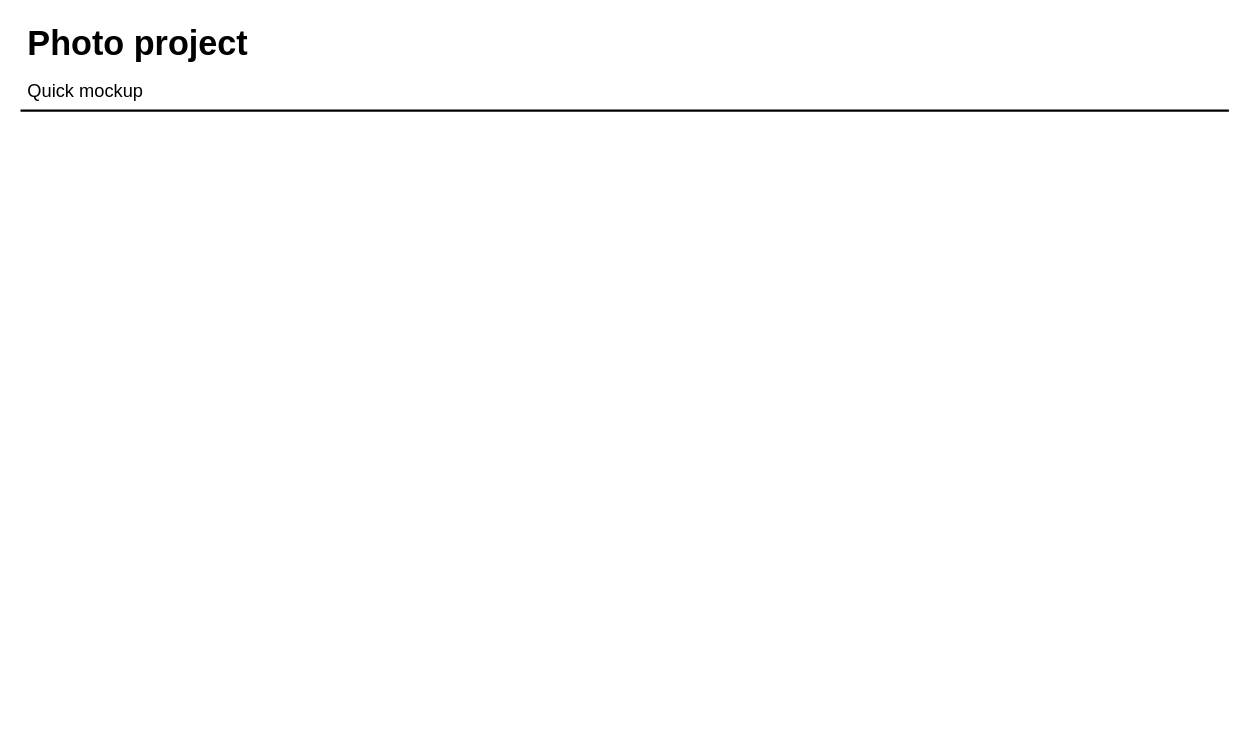
hezten/flowupload keeps this draw.io diagram as Untitled Diagram.drawio. Above is the earlier version. Source tidied: cells renumbered, new cells numbered last; positions are measured from the earlier drawing's top-left corner, leaving out a move shared by most shapes. Both pictures are drawn from the tidied source at 114%, with x=0, y=0 at pixel (19, 18).
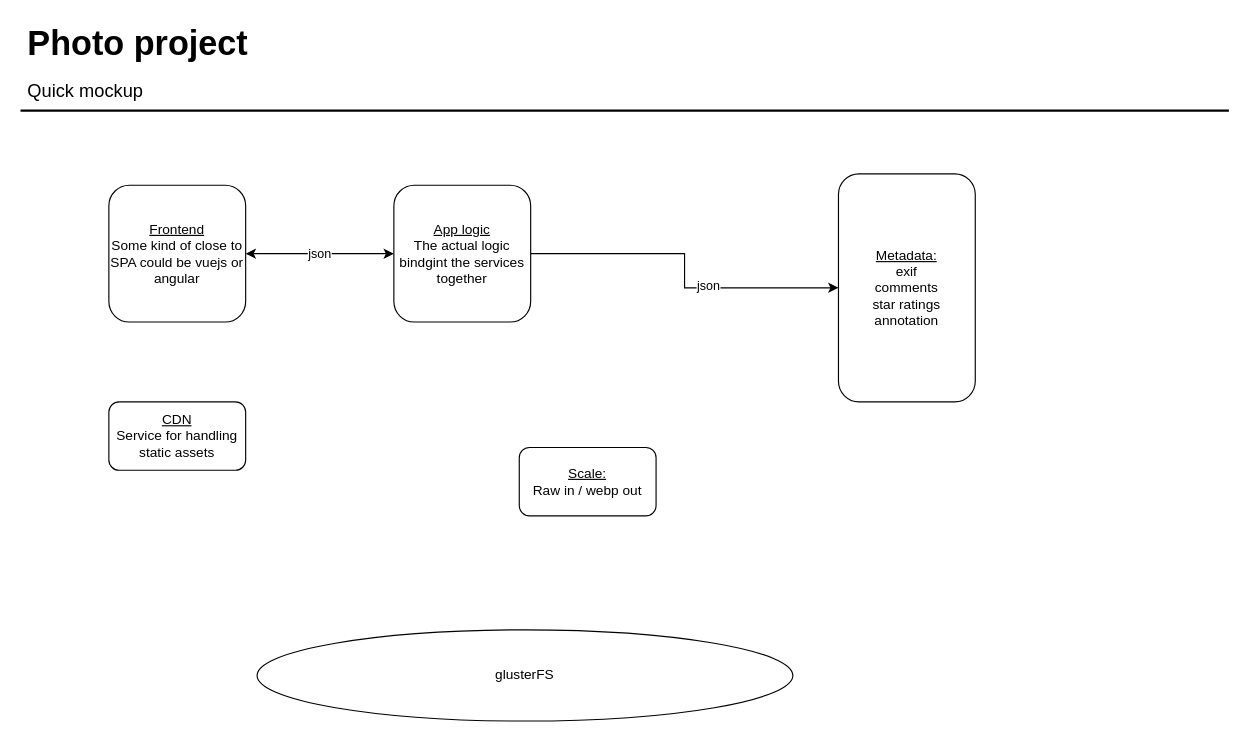
The same page after the edit.

What changed in the source:
```diff
@@
 <mxGraphModel>
   <root>
     <mxCell id="0" />
     <mxCell id="1" parent="0" />
     <mxCell id="2" value="Photo project" style="text;html=1;align=left;verticalAlign=top;spacingTop=-4;fontSize=30;fontStyle=1;" parent="1" vertex="1">
       <mxGeometry x="4.5" y="0.5" width="210" height="40" as="geometry" />
     </mxCell>
     <mxCell id="3" value="Quick mockup" style="text;html=1;align=left;verticalAlign=top;spacingTop=-4;fontSize=16;" parent="1" vertex="1">
       <mxGeometry x="4.5" y="50.5" width="120" height="20" as="geometry" />
     </mxCell>
     <mxCell id="4" style="line;strokeWidth=2;html=1;fontSize=14;" parent="1" vertex="1">
       <mxGeometry x="0.5" y="75.5" width="1060" height="10" as="geometry" />
     </mxCell>
+    <mxCell id="5" value="&lt;u&gt;Frontend&lt;/u&gt;&lt;br&gt;Some kind of close to SPA could be vuejs or angular" style="rounded=1;whiteSpace=wrap;html=1;" parent="1" vertex="1">
+      <mxGeometry x="78" y="146" width="120" height="120" as="geometry" />
+    </mxCell>
+    <mxCell id="6" style="edgeStyle=orthogonalEdgeStyle;rounded=0;jettySize=auto;html=1;" parent="1" edge="1" source="8" target="9">
+      <mxGeometry relative="1" as="geometry" />
+    </mxCell>
+    <mxCell id="7" value="json" style="edgeLabel;html=1;align=center;verticalAlign=middle;" parent="6" vertex="1">
+      <mxGeometry x="0.23" y="3" relative="1" as="geometry" />
+    </mxCell>
+    <mxCell id="8" value="&lt;u&gt;App logic&lt;/u&gt;&lt;br&gt;The actual logic bindgint the services together" style="rounded=1;whiteSpace=wrap;html=1;" parent="1" vertex="1">
+      <mxGeometry x="328" y="146" width="120" height="120" as="geometry" />
+    </mxCell>
+    <mxCell id="9" value="&lt;u&gt;Metadata:&lt;br&gt;&lt;/u&gt;exif&lt;br&gt;comments&lt;br&gt;star ratings&lt;br&gt;annotation&lt;br&gt;" style="rounded=1;whiteSpace=wrap;html=1;" parent="1" vertex="1">
+      <mxGeometry x="718" y="136" width="120" height="200" as="geometry" />
+    </mxCell>
+    <mxCell id="10" value="&lt;u&gt;CDN&lt;/u&gt;&lt;br&gt;Service for handling static assets" style="rounded=1;whiteSpace=wrap;html=1;" parent="1" vertex="1">
+      <mxGeometry x="78" y="336" width="120" height="60" as="geometry" />
+    </mxCell>
+    <mxCell id="11" value="&lt;u&gt;Scale:&lt;/u&gt;&lt;br&gt;Raw in / webp out" style="rounded=1;whiteSpace=wrap;html=1;" parent="1" vertex="1">
+      <mxGeometry x="438" y="376" width="120" height="60" as="geometry" />
+    </mxCell>
+    <mxCell id="12" value="json" style="endArrow=classic;startArrow=classic;html=1;exitX=1;exitY=0.5;exitDx=0;exitDy=0;entryX=0;entryY=0.5;entryDx=0;entryDy=0;" parent="1" edge="1" source="5" target="8">
+      <mxGeometry relative="1" as="geometry" />
+    </mxCell>
+    <mxCell id="13" value="glusterFS" style="ellipse;whiteSpace=wrap;html=1;" parent="1" vertex="1">
+      <mxGeometry x="208" y="536" width="470" height="80" as="geometry" />
+    </mxCell>
   </root>
 </mxGraphModel>
```
